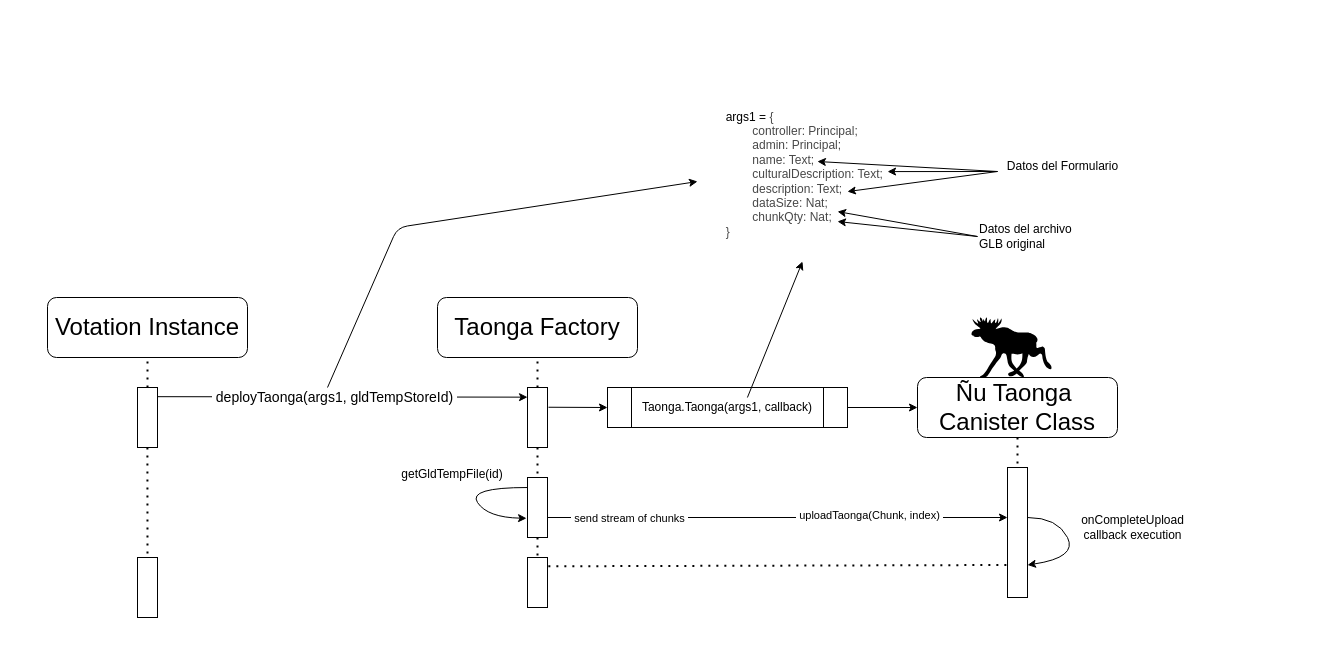
This is page "Taonga Deploy Flow" (2 of 6) of src/architecture/architecture.drawio from ArielRobotti/digitaonga, a draw.io file, before an edit. Source tidied: cells renumbered, new cells numbered last; positions are measured from the earlier drawing's top-left corner, leaving out a move shared by most shapes. Both pictures are drawn from the tidied source at 100%, with x=0, y=0 at pixel (47, 101).
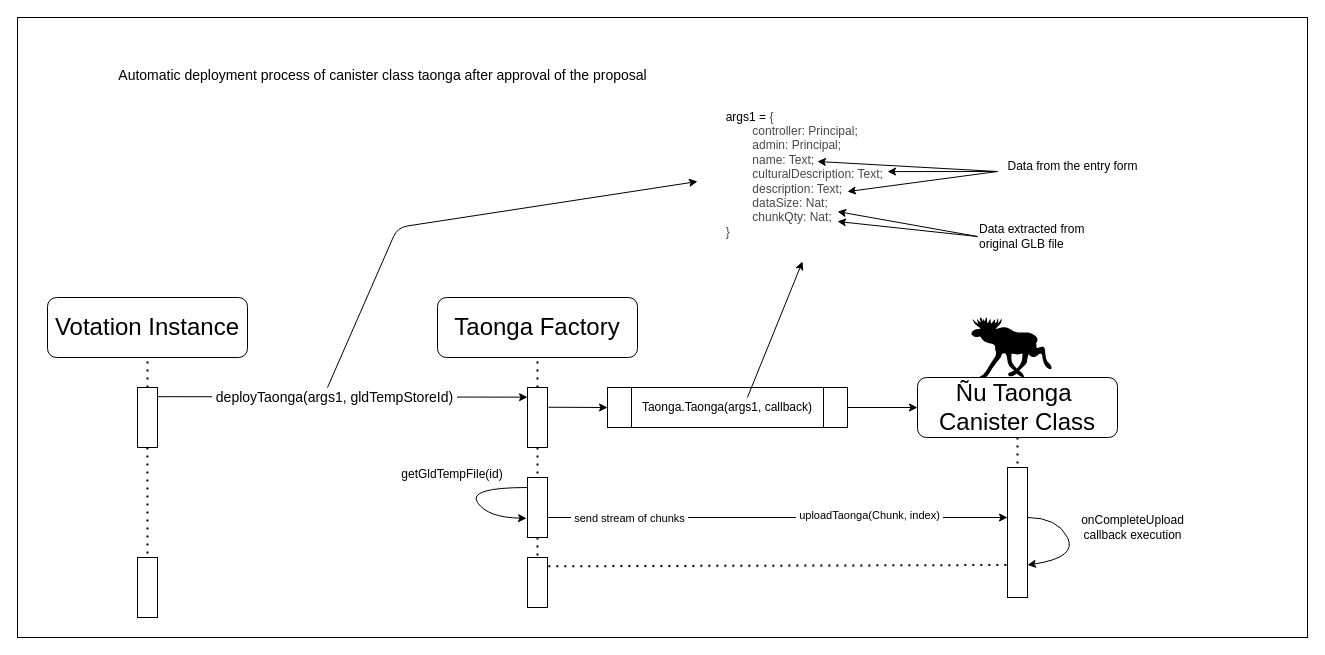
Above is the later version.

Commit message (it also covers changes not shown here):
canister_ids

Change to the diagram source:
```diff
@@
+    <mxCell id="41" style="whiteSpace=wrap;html=1;" parent="1" vertex="1">
+      <mxGeometry x="-30" y="-84" width="1290" height="620" as="geometry" />
+    </mxCell>
@@
-    <mxCell id="24" value="Datos del archivo GLB original" style="text;html=1;align=left;verticalAlign=middle;whiteSpace=wrap;rounded=0;" parent="1" vertex="1">
+    <mxCell id="24" value="Data extracted from original GLB file" style="text;html=1;align=left;verticalAlign=middle;whiteSpace=wrap;rounded=0;" parent="1" vertex="1">
       <mxGeometry x="930" y="120" width="110" height="30" as="geometry" />
     </mxCell>
@@
-    <mxCell id="28" value="Datos del Formulario" style="text;html=1;align=center;verticalAlign=middle;strokeColor=none;fillColor=none;" parent="1" vertex="1">
-      <mxGeometry x="950" y="50" width="130" height="30" as="geometry" />
+    <mxCell id="28" value="Data from the entry form" style="text;html=1;align=center;verticalAlign=middle;strokeColor=none;fillColor=none;" parent="1" vertex="1">
+      <mxGeometry x="950" y="50" width="150" height="30" as="geometry" />
     </mxCell>
@@
+    <mxCell id="42" value="&lt;font style=&quot;font-size: 14px;&quot;&gt;Automatic deployment process of canister class taonga after approval of the proposal&lt;/font&gt;" style="text;html=1;align=center;verticalAlign=middle;strokeColor=none;fillColor=none;" parent="1" vertex="1">
+      <mxGeometry x="60" y="-41" width="550" height="30" as="geometry" />
+    </mxCell>
```
